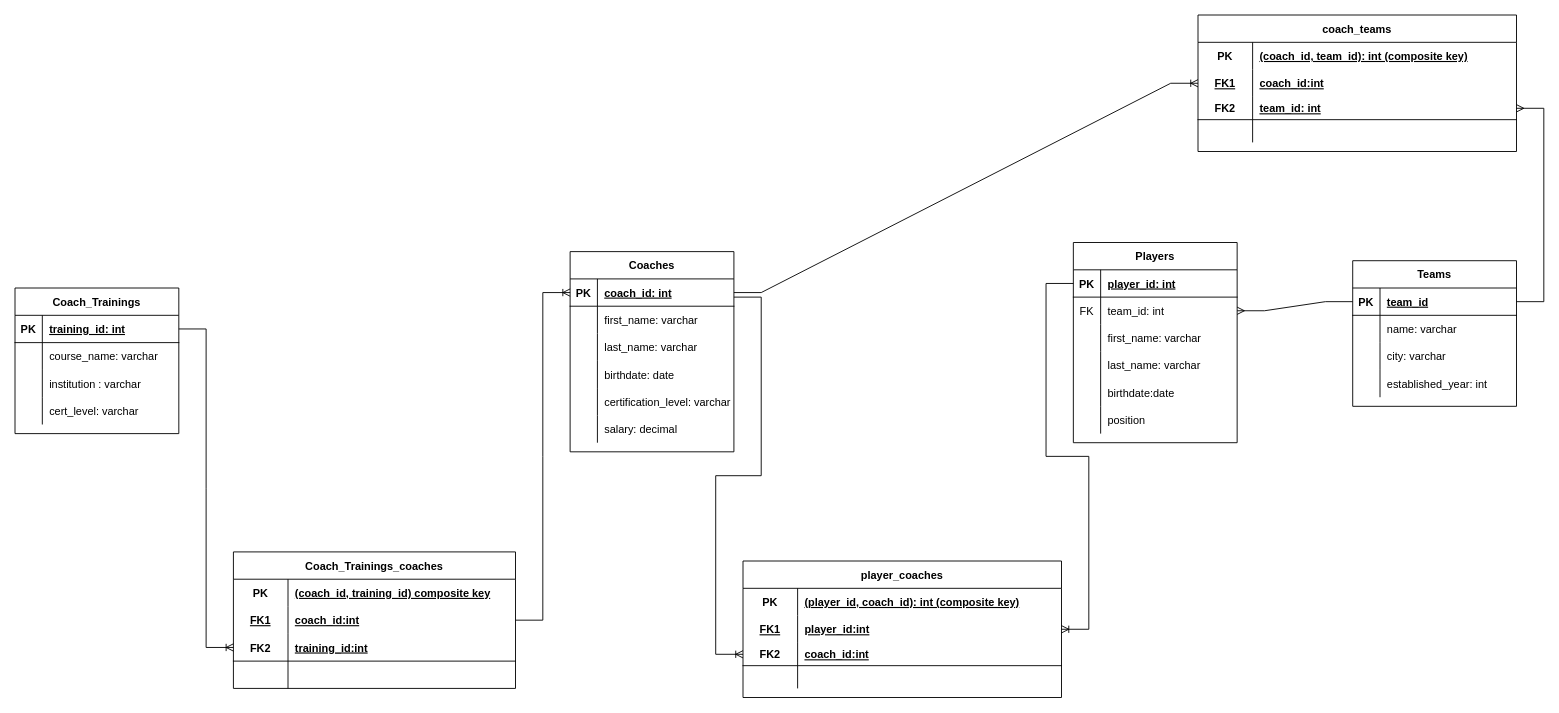
The draw.io diagram KMS_05_LE_04_01_Down/KMS_05_LE_04_01_Down.drawio in SZF-JamesD/SQL, before the edit. Source tidied: cells renumbered, new cells numbered last; positions are measured from the earlier drawing's top-left corner, leaving out a move shared by most shapes. Both pictures are drawn from the tidied source at 91%, with x=0, y=0 at pixel (15, 15).
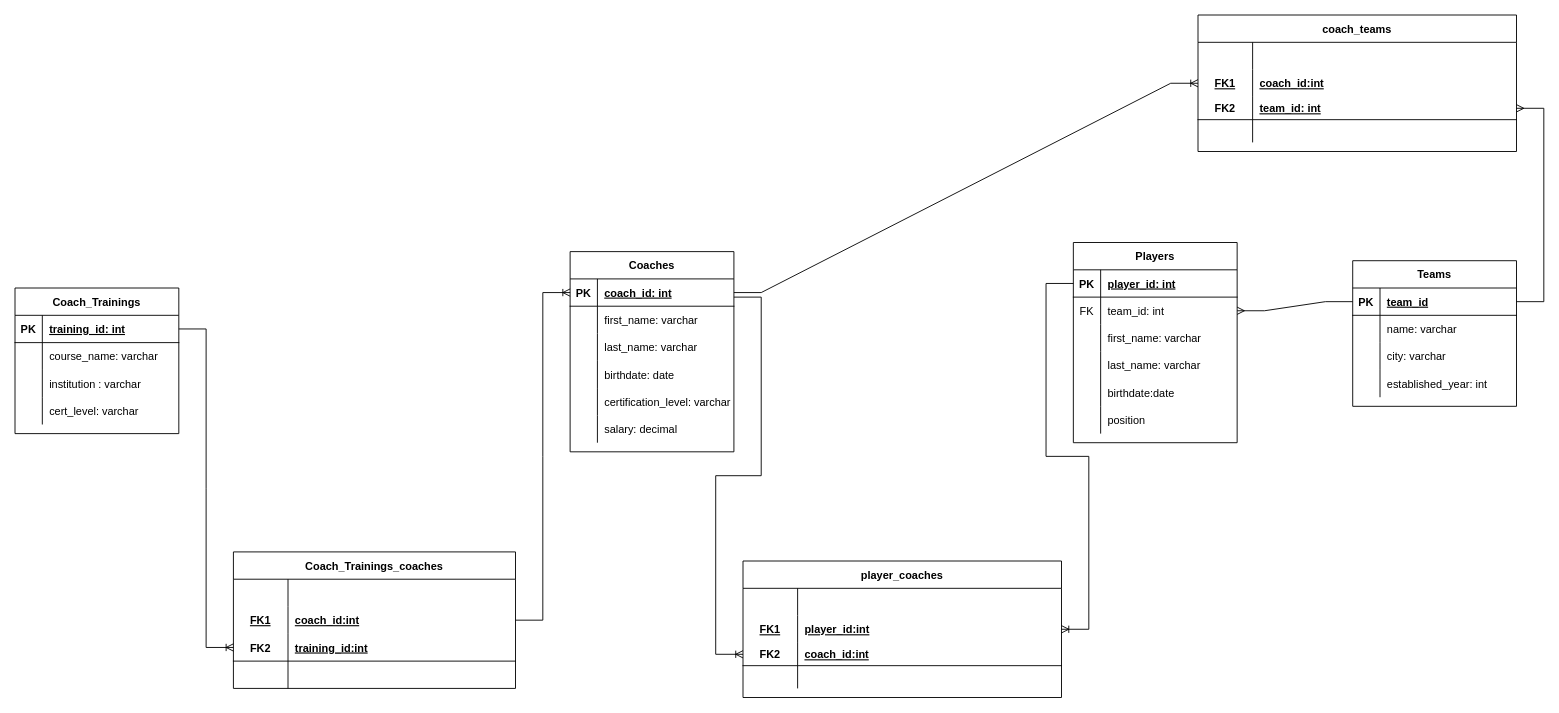
The same page after the edit.

The change refers to these unchanged cells:
```xml
<mxCell id="67" style="shape=tableRow;horizontal=0;startSize=0;swimlaneHead=0;swimlaneBody=0;fillColor=none;top=0;left=0;right=0;bottom=0;" parent="66" vertex="1">
  <mxGeometry y="30" width="350" height="30" as="geometry" />
</mxCell>
<mxCell id="80" style="shape=tableRow;horizontal=0;startSize=0;swimlaneHead=0;swimlaneBody=0;fillColor=none;top=0;left=0;right=0;bottom=0;" parent="79" vertex="1">
  <mxGeometry y="30" width="350" height="30" as="geometry" />
</mxCell>
<mxCell id="93" style="shape=tableRow;horizontal=0;startSize=0;swimlaneHead=0;swimlaneBody=0;fillColor=none;top=0;left=0;right=0;bottom=0;" parent="92" vertex="1">
  <mxGeometry y="30" width="310" height="30" as="geometry" />
</mxCell>
```

Diff of the diagram source:
```diff
@@
-    <mxCell id="68" value="PK" style="shape=partialRectangle;fillColor=none;top=0;left=0;bottom=0;right=0;fontStyle=1;overflow=hidden;" parent="67" vertex="1">
+    <mxCell id="68" style="shape=partialRectangle;fillColor=none;top=0;left=0;bottom=0;right=0;fontStyle=1;overflow=hidden;" parent="67" vertex="1">
       <mxGeometry width="60" height="30" as="geometry" />
     </mxCell>
-    <mxCell id="69" value="(player_id, coach_id): int (composite key)" style="shape=partialRectangle;fillColor=none;top=0;left=0;bottom=0;right=0;align=left;spacingLeft=6;fontStyle=5;overflow=hidden;" parent="67" vertex="1">
+    <mxCell id="69" style="shape=partialRectangle;fillColor=none;top=0;left=0;bottom=0;right=0;align=left;spacingLeft=6;fontStyle=5;overflow=hidden;" parent="67" vertex="1">
       <mxGeometry x="60" width="290" height="30" as="geometry" />
     </mxCell>
@@
-    <mxCell id="81" value="PK" style="shape=partialRectangle;fillColor=none;top=0;left=0;bottom=0;right=0;fontStyle=1;overflow=hidden;" parent="80" vertex="1">
+    <mxCell id="81" style="shape=partialRectangle;fillColor=none;top=0;left=0;bottom=0;right=0;fontStyle=1;overflow=hidden;" parent="80" vertex="1">
       <mxGeometry width="60" height="30" as="geometry" />
     </mxCell>
-    <mxCell id="82" value="(coach_id, team_id): int (composite key)" style="shape=partialRectangle;fillColor=none;top=0;left=0;bottom=0;right=0;align=left;spacingLeft=6;fontStyle=5;overflow=hidden;" parent="80" vertex="1">
+    <mxCell id="82" style="shape=partialRectangle;fillColor=none;top=0;left=0;bottom=0;right=0;align=left;spacingLeft=6;fontStyle=5;overflow=hidden;" parent="80" vertex="1">
       <mxGeometry x="60" width="290" height="30" as="geometry" />
     </mxCell>
@@
-    <mxCell id="94" value="PK" style="shape=partialRectangle;fillColor=none;top=0;left=0;bottom=0;right=0;fontStyle=1;overflow=hidden;" parent="93" vertex="1">
+    <mxCell id="94" style="shape=partialRectangle;fillColor=none;top=0;left=0;bottom=0;right=0;fontStyle=1;overflow=hidden;" parent="93" vertex="1">
       <mxGeometry width="60" height="30" as="geometry" />
     </mxCell>
-    <mxCell id="95" value="(coach_id, training_id) composite key" style="shape=partialRectangle;fillColor=none;top=0;left=0;bottom=0;right=0;align=left;spacingLeft=6;fontStyle=5;overflow=hidden;" parent="93" vertex="1">
+    <mxCell id="95" style="shape=partialRectangle;fillColor=none;top=0;left=0;bottom=0;right=0;align=left;spacingLeft=6;fontStyle=5;overflow=hidden;" parent="93" vertex="1">
       <mxGeometry x="60" width="250" height="30" as="geometry" />
     </mxCell>
```
